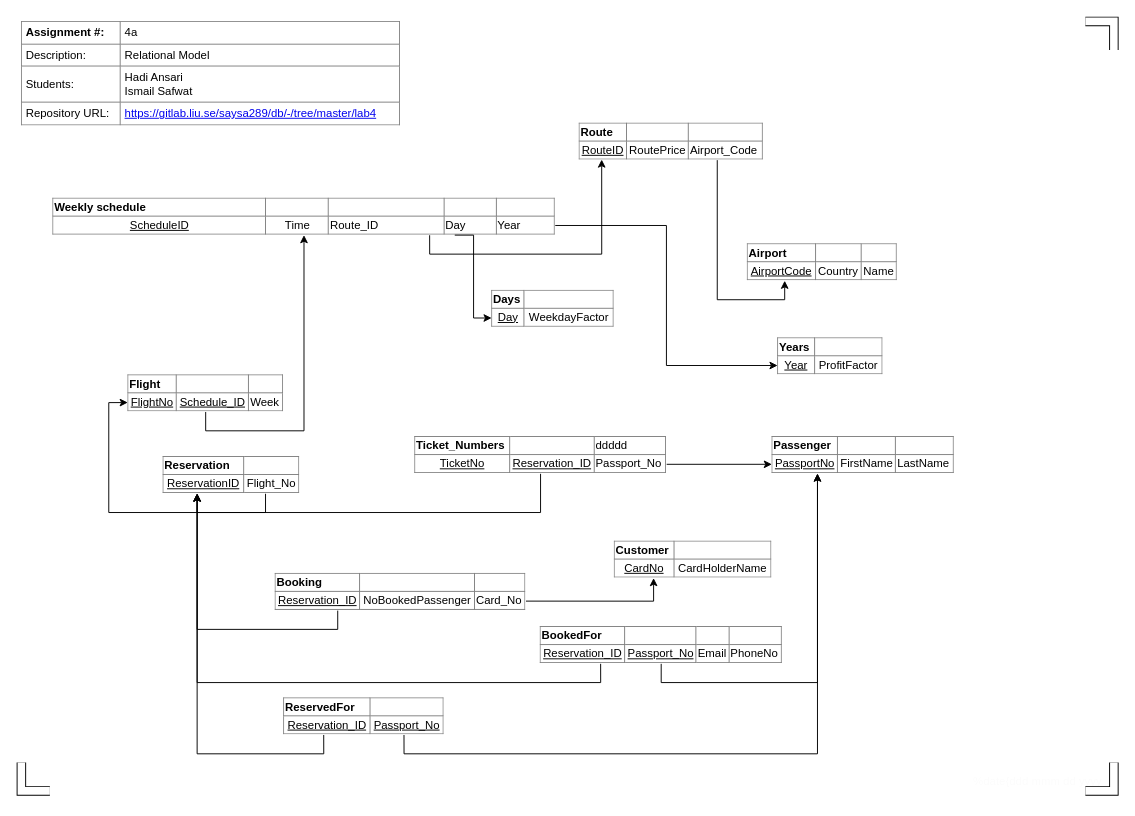
Above: page "Relational Model" (2 of 2) of lab4/Assignment4b.drawio in hadi-ansari/TDDD12 (draw.io), before the change. Source tidied: cells renumbered, new cells numbered last; positions are measured from the earlier drawing's top-left corner, leaving out a move shared by most shapes. Both pictures are drawn from the tidied source at 95%, with x=0, y=0 at pixel (21, 21).
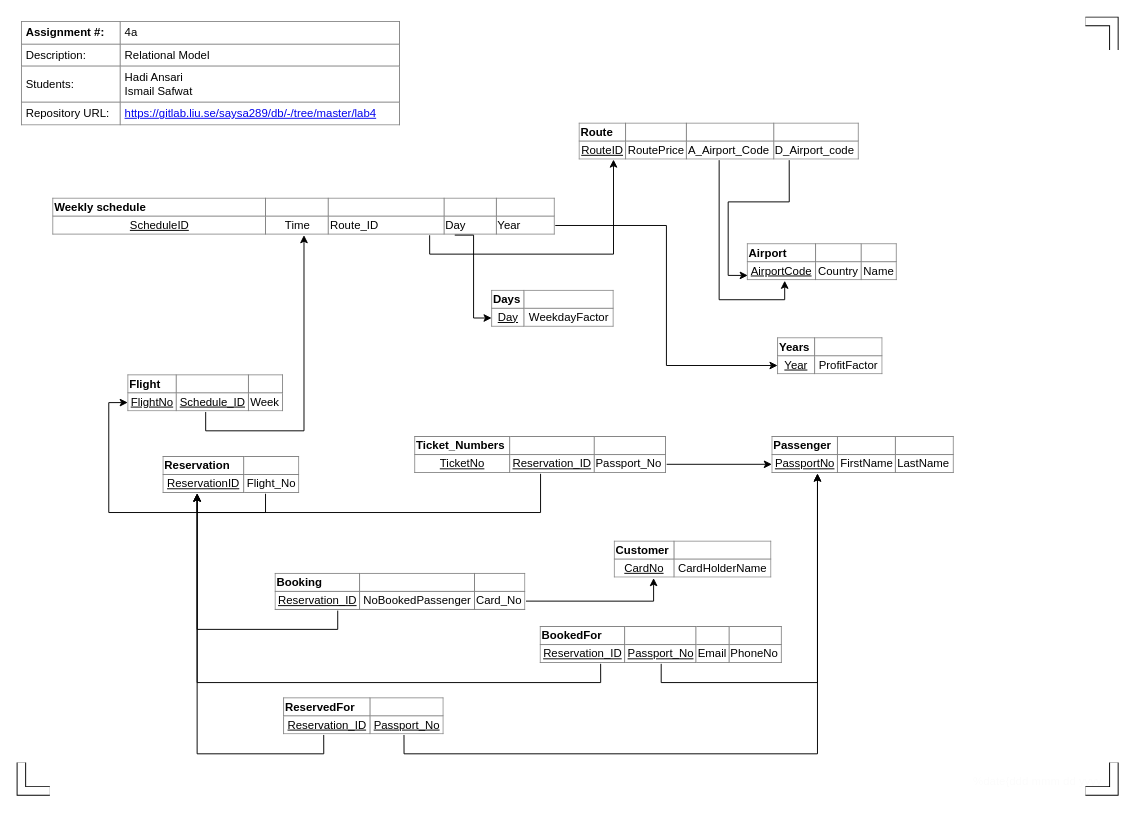
The same diagram, later.

The change refers to these unchanged cells:
```xml
<mxCell id="16" value="&lt;table border=&quot;1&quot; width=&quot;100%&quot; style=&quot;width: 100% ; height: 100% ; border-collapse: collapse&quot;&gt;&lt;tbody&gt;&lt;tr&gt;&lt;td&gt;&lt;b&gt;Airport&lt;/b&gt;&lt;/td&gt;&lt;td&gt;&lt;br&gt;&lt;/td&gt;&lt;td&gt;&lt;br&gt;&lt;/td&gt;&lt;/tr&gt;&lt;tr&gt;&lt;td style=&quot;text-align: center&quot;&gt;&lt;u&gt;AirportCode&lt;/u&gt;&lt;/td&gt;&lt;td style=&quot;text-align: center&quot;&gt;Country&lt;/td&gt;&lt;td style=&quot;text-align: center&quot;&gt;Name&lt;/td&gt;&lt;/tr&gt;&lt;/tbody&gt;&lt;/table&gt;" style="text;html=1;strokeColor=none;fillColor=#ffffff;overflow=fill;" parent="1" vertex="1">
  <mxGeometry x="764" y="234" width="158" height="39" as="geometry" />
</mxCell>
```

Change to the diagram source:
```diff
@@
-    <mxCell id="12" style="edgeStyle=orthogonalEdgeStyle;rounded=0;jettySize=auto;html=1;exitX=0.75;exitY=1;exitDx=0;exitDy=0;entryX=0.25;entryY=1;entryDx=0;entryDy=0;" parent="1" edge="1" source="13" target="16">
+    <mxCell id="12" style="edgeStyle=orthogonalEdgeStyle;rounded=0;jettySize=auto;html=1;entryX=0.25;entryY=1;entryDx=0;entryDy=0;" parent="1" edge="1" source="13" target="16">
       <mxGeometry relative="1" as="geometry" />
     </mxCell>
+    <mxCell id="34" style="edgeStyle=orthogonalEdgeStyle;rounded=0;jettySize=auto;html=1;exitX=0.75;exitY=1;exitDx=0;exitDy=0;exitPerimeter=0;entryX=0.004;entryY=0.857;entryDx=0;entryDy=0;entryPerimeter=0;" parent="1" edge="1" source="13" target="16">
+      <mxGeometry relative="1" as="geometry" />
+    </mxCell>
-    <mxCell id="13" value="&lt;table border=&quot;1&quot; width=&quot;100%&quot; style=&quot;width: 100% ; height: 100% ; border-collapse: collapse&quot;&gt;&lt;tbody&gt;&lt;tr&gt;&lt;td&gt;&lt;b&gt;Route&lt;/b&gt;&lt;/td&gt;&lt;td&gt;&lt;br&gt;&lt;/td&gt;&lt;td&gt;&lt;br&gt;&lt;/td&gt;&lt;/tr&gt;&lt;tr&gt;&lt;td style=&quot;text-align: center&quot;&gt;&lt;u&gt;RouteID&lt;/u&gt;&lt;/td&gt;&lt;td style=&quot;text-align: center&quot;&gt;RoutePrice&lt;/td&gt;&lt;td&gt;Airport_Code&lt;/td&gt;&lt;/tr&gt;&lt;/tbody&gt;&lt;/table&gt;" style="text;html=1;strokeColor=none;fillColor=#ffffff;overflow=fill;" parent="1" vertex="1">
-      <mxGeometry x="587" y="107" width="194" height="39" as="geometry" />
+    <mxCell id="13" value="&lt;table border=&quot;1&quot; width=&quot;100%&quot; style=&quot;width: 100% ; height: 100% ; border-collapse: collapse&quot;&gt;&lt;tbody&gt;&lt;tr&gt;&lt;td&gt;&lt;b&gt;Route&lt;/b&gt;&lt;/td&gt;&lt;td&gt;&lt;br&gt;&lt;/td&gt;&lt;td&gt;&lt;br&gt;&lt;/td&gt;&lt;td&gt;&lt;br&gt;&lt;/td&gt;&lt;/tr&gt;&lt;tr&gt;&lt;td style=&quot;text-align: center&quot;&gt;&lt;u&gt;RouteID&lt;/u&gt;&lt;/td&gt;&lt;td style=&quot;text-align: center&quot;&gt;RoutePrice&lt;/td&gt;&lt;td&gt;A_Airport_Code&lt;/td&gt;&lt;td&gt;D_Airport_code&lt;/td&gt;&lt;/tr&gt;&lt;/tbody&gt;&lt;/table&gt;" style="text;html=1;strokeColor=none;fillColor=#ffffff;overflow=fill;points=[[0,0,0,0,0],[0,0.26,0,0,0],[0,0.5,0,0,0],[0,0.51,0,0,0],[0,0.74,0,0,0],[0,1,0,0,0],[0.25,0,0,0,0],[0.25,1,0,0,0],[0.5,0,0,0,0],[0.5,1,0,0,0],[0.75,0,0,0,0],[0.75,1,0,0,0],[1,0,0,0,0],[1,0.26,0,0,0],[1,0.51,0,0,0],[1,0.74,0,0,0],[1,1,0,0,0]];" parent="1" vertex="1">
+      <mxGeometry x="587" y="107" width="295" height="39" as="geometry" />
     </mxCell>
@@
-    <mxCell id="33" value="&lt;table border=&quot;1&quot; width=&quot;100%&quot; style=&quot;width: 100% ; height: 100% ; border-collapse: collapse&quot;&gt;&lt;tbody&gt;&lt;tr&gt;&lt;td&gt;&lt;b&gt;Ticket_Numbers&lt;/b&gt;&lt;/td&gt;&lt;td&gt;&lt;br&gt;&lt;/td&gt;&lt;td&gt;ddddd&lt;/td&gt;&lt;/tr&gt;&lt;tr&gt;&lt;td style=&quot;text-align: center&quot;&gt;&lt;u&gt;TicketNo&lt;/u&gt;&lt;/td&gt;&lt;td style=&quot;text-align: center&quot;&gt;&lt;u&gt;Reservation_ID&lt;/u&gt;&lt;/td&gt;&lt;td&gt;Passport_No&lt;/td&gt;&lt;/tr&gt;&lt;/tbody&gt;&lt;/table&gt;" style="text;html=1;strokeColor=none;fillColor=#ffffff;overflow=fill;" parent="1" vertex="1">
+    <mxCell id="33" value="&lt;table border=&quot;1&quot; width=&quot;100%&quot; style=&quot;width: 100% ; height: 100% ; border-collapse: collapse&quot;&gt;&lt;tbody&gt;&lt;tr&gt;&lt;td&gt;&lt;b&gt;Ticket_Numbers&lt;/b&gt;&lt;/td&gt;&lt;td&gt;&lt;br&gt;&lt;/td&gt;&lt;td&gt;&lt;br&gt;&lt;/td&gt;&lt;/tr&gt;&lt;tr&gt;&lt;td style=&quot;text-align: center&quot;&gt;&lt;u&gt;TicketNo&lt;/u&gt;&lt;/td&gt;&lt;td style=&quot;text-align: center&quot;&gt;&lt;u&gt;Reservation_ID&lt;/u&gt;&lt;/td&gt;&lt;td&gt;Passport_No&lt;/td&gt;&lt;/tr&gt;&lt;/tbody&gt;&lt;/table&gt;" style="text;html=1;strokeColor=none;fillColor=#ffffff;overflow=fill;" parent="1" vertex="1">
       <mxGeometry x="414" y="437" width="265" height="39" as="geometry" />
     </mxCell>
```
